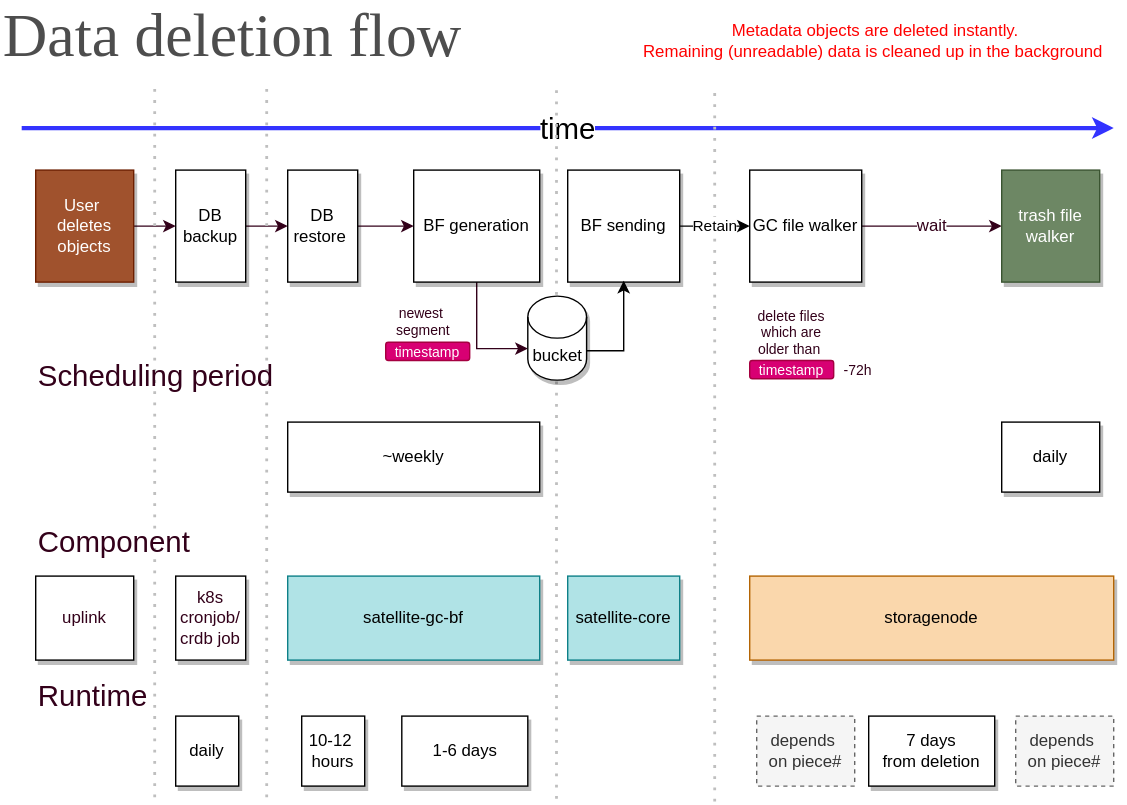
Earlier version of the draw.io export docs/delete.svg (storj/illustrated). Source tidied: cells renumbered, new cells last; positions are measured from the earlier drawing's top-left corner, leaving out a move shared by most shapes. Source of this version:
```xml
<mxGraphModel>
  <root>
    <mxCell id="0" />
    <mxCell id="1" parent="0" />
    <mxCell id="2" value="&lt;font style=&quot;font-size: 44px&quot; face=&quot;Montserrat&quot;&gt;Data deletion flow&lt;/font&gt;" style="text;html=1;strokeColor=none;fillColor=none;align=left;verticalAlign=middle;whiteSpace=wrap;rounded=0;fontColor=#4D4D4D;" parent="1" vertex="1">
      <mxGeometry width="795" height="50" as="geometry" />
    </mxCell>
    <mxCell id="3" value="time" style="endArrow=classic;html=1;rounded=0;strokeWidth=3;fontSize=21;strokeColor=#3333FF;" parent="1" edge="1">
      <mxGeometry relative="1" as="geometry">
        <mxPoint x="15" y="90" as="sourcePoint" />
        <mxPoint x="795" y="90" as="targetPoint" />
      </mxGeometry>
    </mxCell>
    <mxCell id="4" style="edgeStyle=orthogonalEdgeStyle;rounded=0;jettySize=auto;html=1;entryX=0;entryY=0;entryDx=0;entryDy=37.5;entryPerimeter=0;strokeColor=#33001A;strokeWidth=1;fontSize=12;fontColor=#33001A;" parent="1" edge="1" source="5" target="30">
      <mxGeometry relative="1" as="geometry" />
    </mxCell>
    <mxCell id="5" value="BF generation" style="rounded=0;whiteSpace=wrap;html=1;shadow=1;" parent="1" vertex="1">
      <mxGeometry x="295" y="120" width="90" height="80" as="geometry" />
    </mxCell>
    <mxCell id="6" value="BF sending" style="rounded=0;whiteSpace=wrap;html=1;shadow=1;" parent="1" vertex="1">
      <mxGeometry x="405" y="120" width="80" height="80" as="geometry" />
    </mxCell>
    <mxCell id="7" style="edgeStyle=orthogonalEdgeStyle;rounded=0;orthogonalLoop=1;jettySize=auto;html=1;" parent="1" edge="1">
      <mxGeometry x="-0.24" y="-30" relative="1" as="geometry">
        <mxPoint x="418.5" y="249" as="sourcePoint" />
        <mxPoint x="445" y="199" as="targetPoint" />
        <Array as="points">
          <mxPoint x="445" y="249" />
        </Array>
      </mxGeometry>
    </mxCell>
    <mxCell id="8" style="edgeStyle=orthogonalEdgeStyle;rounded=0;jettySize=auto;html=1;entryX=0;entryY=0.5;entryDx=0;entryDy=0;strokeColor=#33001A;strokeWidth=1;fontSize=12;fontColor=#33001A;" parent="1" edge="1" source="9" target="5">
      <mxGeometry relative="1" as="geometry" />
    </mxCell>
    <mxCell id="9" value="DB&lt;br&gt;restore&amp;nbsp;" style="rounded=0;whiteSpace=wrap;html=1;shadow=1;" parent="1" vertex="1">
      <mxGeometry x="205" y="120" width="50" height="80" as="geometry" />
    </mxCell>
    <mxCell id="10" value="wait" style="edgeStyle=orthogonalEdgeStyle;rounded=0;jettySize=auto;html=1;strokeColor=#33001A;strokeWidth=1;fontSize=12;fontColor=#33001A;" parent="1" edge="1" source="11" target="12">
      <mxGeometry relative="1" as="geometry" />
    </mxCell>
    <mxCell id="11" value="GC file walker" style="rounded=0;whiteSpace=wrap;html=1;shadow=1;" parent="1" vertex="1">
      <mxGeometry x="535" y="120" width="80" height="80" as="geometry" />
    </mxCell>
    <mxCell id="12" value="trash file walker" style="rounded=0;whiteSpace=wrap;html=1;shadow=1;fillColor=#6d8764;fontColor=#ffffff;strokeColor=#3A5431;" parent="1" vertex="1">
      <mxGeometry x="715" y="120" width="70" height="80" as="geometry" />
    </mxCell>
    <mxCell id="13" style="edgeStyle=orthogonalEdgeStyle;rounded=0;jettySize=auto;html=1;entryX=0;entryY=0.5;entryDx=0;entryDy=0;strokeColor=#33001A;strokeWidth=1;fontSize=12;fontColor=#33001A;" parent="1" edge="1" source="14" target="9">
      <mxGeometry relative="1" as="geometry" />
    </mxCell>
    <mxCell id="14" value="DB&lt;br&gt;backup" style="rounded=0;whiteSpace=wrap;html=1;shadow=1;" parent="1" vertex="1">
      <mxGeometry x="125" y="120" width="50" height="80" as="geometry" />
    </mxCell>
    <mxCell id="15" style="edgeStyle=orthogonalEdgeStyle;rounded=0;jettySize=auto;html=1;entryX=0;entryY=0.5;entryDx=0;entryDy=0;strokeColor=#33001A;strokeWidth=1;fontSize=12;fontColor=#33001A;" parent="1" edge="1" source="16" target="14">
      <mxGeometry relative="1" as="geometry" />
    </mxCell>
    <mxCell id="16" value="User&amp;nbsp;&lt;br&gt;deletes&lt;br&gt;objects" style="rounded=0;whiteSpace=wrap;html=1;shadow=1;fillColor=#a0522d;fontColor=#ffffff;strokeColor=#6D1F00;" parent="1" vertex="1">
      <mxGeometry x="25" y="120" width="70" height="80" as="geometry" />
    </mxCell>
    <mxCell id="17" value="uplink" style="rounded=0;whiteSpace=wrap;html=1;shadow=1;fontSize=12;fontColor=#33001A;" parent="1" vertex="1">
      <mxGeometry x="25" y="410" width="70" height="60" as="geometry" />
    </mxCell>
    <mxCell id="18" value="Runtime" style="text;html=1;strokeColor=none;fillColor=none;align=left;verticalAlign=middle;whiteSpace=wrap;rounded=0;shadow=1;fontSize=21;fontColor=#33001A;" parent="1" vertex="1">
      <mxGeometry x="25" y="480" width="190" height="30" as="geometry" />
    </mxCell>
    <mxCell id="19" value="~weekly" style="rounded=0;whiteSpace=wrap;html=1;shadow=1;" parent="1" vertex="1">
      <mxGeometry x="205" y="300" width="180" height="50" as="geometry" />
    </mxCell>
    <mxCell id="20" style="endArrow=none;dashed=1;html=1;dashPattern=1 3;strokeWidth=2;rounded=0;strokeColor=#BFBFBF;fontSize=21;fontColor=#33001A;" parent="1" edge="1">
      <mxGeometry relative="1" as="geometry">
        <mxPoint x="190" y="568" as="sourcePoint" />
        <mxPoint x="190" y="58" as="targetPoint" />
      </mxGeometry>
    </mxCell>
    <mxCell id="21" value="k8s&lt;br&gt;cronjob/&lt;br&gt;crdb job" style="rounded=0;whiteSpace=wrap;html=1;shadow=1;fontSize=12;fontColor=#33001A;" parent="1" vertex="1">
      <mxGeometry x="125" y="410" width="50" height="60" as="geometry" />
    </mxCell>
    <mxCell id="22" value="satellite-gc-bf" style="rounded=0;whiteSpace=wrap;html=1;shadow=1;fontSize=12;fillColor=#b0e3e6;strokeColor=#0e8088;" parent="1" vertex="1">
      <mxGeometry x="205" y="410" width="180" height="60" as="geometry" />
    </mxCell>
    <mxCell id="23" value="satellite-core" style="rounded=0;whiteSpace=wrap;html=1;shadow=1;fontSize=12;fillColor=#b0e3e6;strokeColor=#0e8088;" parent="1" vertex="1">
      <mxGeometry x="405" y="410" width="80" height="60" as="geometry" />
    </mxCell>
    <mxCell id="24" value="storagenode" style="rounded=0;whiteSpace=wrap;html=1;shadow=1;fontSize=12;fillColor=#fad7ac;strokeColor=#b46504;" parent="1" vertex="1">
      <mxGeometry x="535" y="410" width="260" height="60" as="geometry" />
    </mxCell>
    <mxCell id="25" style="endArrow=none;dashed=1;html=1;dashPattern=1 3;strokeWidth=2;rounded=0;strokeColor=#BFBFBF;fontSize=21;fontColor=#33001A;" parent="1" edge="1">
      <mxGeometry relative="1" as="geometry">
        <mxPoint x="110" y="568" as="sourcePoint" />
        <mxPoint x="110" y="58" as="targetPoint" />
      </mxGeometry>
    </mxCell>
    <mxCell id="26" value="Scheduling period" style="text;html=1;strokeColor=none;fillColor=none;align=left;verticalAlign=middle;whiteSpace=wrap;rounded=0;shadow=1;fontSize=21;fontColor=#33001A;" parent="1" vertex="1">
      <mxGeometry x="25" y="252" width="190" height="30" as="geometry" />
    </mxCell>
    <mxCell id="27" value="1-6 days" style="rounded=0;whiteSpace=wrap;html=1;shadow=1;" parent="1" vertex="1">
      <mxGeometry x="286.5" y="510" width="90" height="50" as="geometry" />
    </mxCell>
    <mxCell id="28" value="7 days&lt;br&gt;from deletion" style="rounded=0;whiteSpace=wrap;html=1;shadow=1;" parent="1" vertex="1">
      <mxGeometry x="620" y="510" width="90" height="50" as="geometry" />
    </mxCell>
    <mxCell id="29" style="endArrow=none;dashed=1;html=1;dashPattern=1 3;strokeWidth=2;rounded=0;strokeColor=#BFBFBF;fontSize=21;fontColor=#33001A;" parent="1" edge="1">
      <mxGeometry relative="1" as="geometry">
        <mxPoint x="397" y="569" as="sourcePoint" />
        <mxPoint x="397" y="59" as="targetPoint" />
      </mxGeometry>
    </mxCell>
    <mxCell id="30" value="bucket" style="shape=cylinder3;whiteSpace=wrap;html=1;boundedLbl=1;backgroundOutline=1;size=15;shadow=1;" parent="1" vertex="1">
      <mxGeometry x="376.5" y="210" width="42" height="60" as="geometry" />
    </mxCell>
    <mxCell id="31" style="endArrow=none;dashed=1;html=1;dashPattern=1 3;strokeWidth=2;rounded=0;strokeColor=#BFBFBF;fontSize=21;fontColor=#33001A;" parent="1" edge="1">
      <mxGeometry relative="1" as="geometry">
        <mxPoint x="510" y="571" as="sourcePoint" />
        <mxPoint x="510" y="61" as="targetPoint" />
      </mxGeometry>
    </mxCell>
    <mxCell id="32" value="daily" style="rounded=0;whiteSpace=wrap;html=1;shadow=1;" parent="1" vertex="1">
      <mxGeometry x="715" y="300" width="70" height="50" as="geometry" />
    </mxCell>
    <mxCell id="33" value="depends&amp;nbsp;&lt;br&gt;on piece#" style="rounded=0;whiteSpace=wrap;html=1;shadow=0;dashed=1;fillColor=#f5f5f5;fontColor=#333333;strokeColor=#666666;" parent="1" vertex="1">
      <mxGeometry x="725" y="510" width="70" height="50" as="geometry" />
    </mxCell>
    <mxCell id="34" value="depends&amp;nbsp;&lt;br&gt;on piece#" style="rounded=0;whiteSpace=wrap;html=1;shadow=0;dashed=1;fillColor=#f5f5f5;fontColor=#333333;strokeColor=#666666;" parent="1" vertex="1">
      <mxGeometry x="540" y="510" width="70" height="50" as="geometry" />
    </mxCell>
    <mxCell id="35" value="timestamp" style="rounded=1;whiteSpace=wrap;html=1;shadow=0;fontSize=10;fontColor=#ffffff;fillColor=#d80073;strokeColor=#A50040;" parent="1" vertex="1">
      <mxGeometry x="275" y="243" width="60" height="13" as="geometry" />
    </mxCell>
    <mxCell id="36" value="timestamp" style="rounded=1;whiteSpace=wrap;html=1;shadow=0;fontSize=10;fontColor=#ffffff;fillColor=#d80073;strokeColor=#A50040;" parent="1" vertex="1">
      <mxGeometry x="535" y="256" width="60" height="13" as="geometry" />
    </mxCell>
    <mxCell id="37" value="delete files which are older than&amp;nbsp;" style="text;html=1;strokeColor=none;fillColor=none;align=center;verticalAlign=middle;whiteSpace=wrap;rounded=0;shadow=0;fontSize=10;fontColor=#33001A;" parent="1" vertex="1">
      <mxGeometry x="535" y="221" width="60" height="30" as="geometry" />
    </mxCell>
    <mxCell id="38" value="-72h" style="text;html=1;strokeColor=none;fillColor=none;align=center;verticalAlign=middle;whiteSpace=wrap;rounded=0;shadow=0;fontSize=10;fontColor=#33001A;" parent="1" vertex="1">
      <mxGeometry x="595" y="256" width="35" height="14.5" as="geometry" />
    </mxCell>
    <mxCell id="39" value="newest&amp;nbsp;&lt;br&gt;segment" style="text;html=1;strokeColor=none;fillColor=none;align=center;verticalAlign=middle;whiteSpace=wrap;rounded=0;shadow=0;fontSize=10;fontColor=#33001A;" parent="1" vertex="1">
      <mxGeometry x="272" y="213" width="60" height="30" as="geometry" />
    </mxCell>
    <mxCell id="40" value="10-12&amp;nbsp;&lt;br&gt;hours" style="rounded=0;whiteSpace=wrap;html=1;shadow=1;" parent="1" vertex="1">
      <mxGeometry x="215" y="510" width="45" height="50" as="geometry" />
    </mxCell>
    <mxCell id="41" value="daily" style="rounded=0;whiteSpace=wrap;html=1;shadow=1;" parent="1" vertex="1">
      <mxGeometry x="125" y="510" width="45" height="50" as="geometry" />
    </mxCell>
    <mxCell id="42" value="Component" style="text;html=1;strokeColor=none;fillColor=none;align=left;verticalAlign=middle;whiteSpace=wrap;rounded=0;shadow=1;fontSize=21;fontColor=#33001A;" parent="1" vertex="1">
      <mxGeometry x="25" y="370" width="155" height="30" as="geometry" />
    </mxCell>
    <mxCell id="43" value="Retain" style="edgeStyle=orthogonalEdgeStyle;rounded=0;jettySize=auto;html=1;entryX=0;entryY=0.5;entryDx=0;entryDy=0;" parent="1" edge="1" source="6" target="11">
      <mxGeometry relative="1" as="geometry" />
    </mxCell>
    <mxCell id="44" value="Metadata objects are deleted instantly.&lt;br style=&quot;font-size: 12px;&quot;&gt;Remaining (unreadable) data is cleaned up in the background&amp;nbsp;" style="text;html=1;strokeColor=none;fillColor=none;align=center;verticalAlign=middle;whiteSpace=wrap;rounded=0;shadow=0;fontSize=12;fontColor=#FF0000;" parent="1" vertex="1">
      <mxGeometry x="455" y="5" width="340" height="45" as="geometry" />
    </mxCell>
  </root>
</mxGraphModel>
```
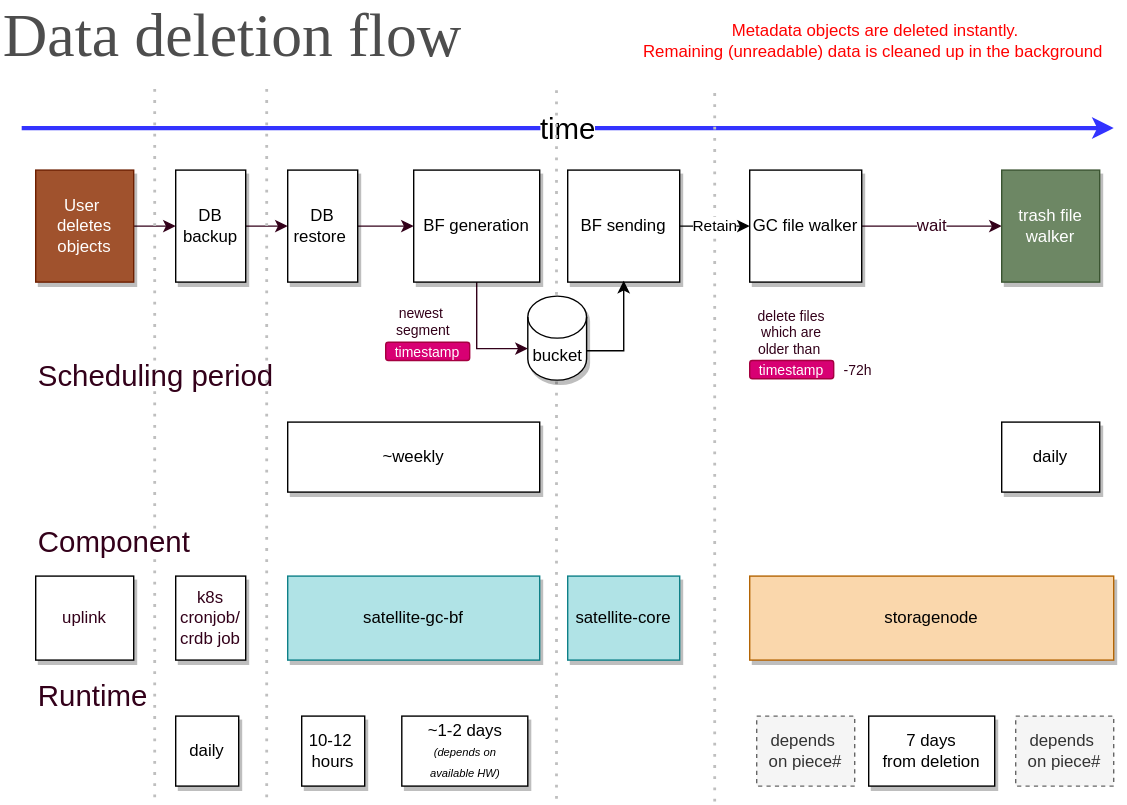
Later version of the same file.

Commit message:
delete: updated GC BF generation time

Change to the diagram source:
```diff
@@ -92,7 +92,7 @@
     <mxCell id="26" value="Scheduling period" style="text;html=1;strokeColor=none;fillColor=none;align=left;verticalAlign=middle;whiteSpace=wrap;rounded=0;shadow=1;fontSize=21;fontColor=#33001A;" parent="1" vertex="1">
       <mxGeometry x="25" y="252" width="190" height="30" as="geometry" />
     </mxCell>
-    <mxCell id="27" value="1-6 days" style="rounded=0;whiteSpace=wrap;html=1;shadow=1;" parent="1" vertex="1">
+    <mxCell id="27" value="~1-2 days&lt;br&gt;&lt;i&gt;&lt;font style=&quot;font-size: 8px;&quot;&gt;(depends on &lt;br&gt;available HW)&lt;/font&gt;&lt;/i&gt;" style="rounded=0;whiteSpace=wrap;html=1;shadow=1;" parent="1" vertex="1">
       <mxGeometry x="286.5" y="510" width="90" height="50" as="geometry" />
     </mxCell>
     <mxCell id="28" value="7 days&lt;br&gt;from deletion" style="rounded=0;whiteSpace=wrap;html=1;shadow=1;" parent="1" vertex="1">
```
